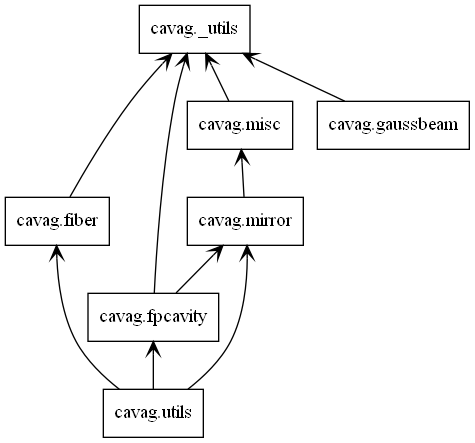
Above: docs/_assets/picture/uml/cavag_uml.png in bobdadada/cavag (Graphviz), before the change. Its source is kept beside it as docs/_assets/picture/uml/cavag_uml.dot.
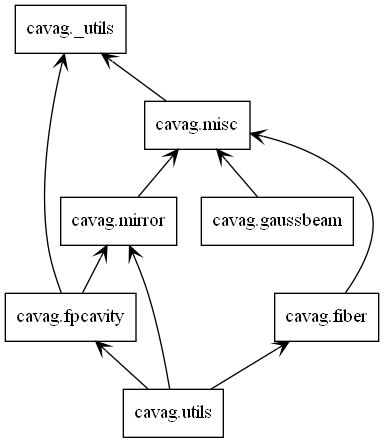
The same diagram one commit later.

Diff of the diagram source:
```diff
@@ -8,10 +8,10 @@
 "5" [label="cavag.mirror", shape="box"];
 "6" [label="cavag.misc", shape="box"];
 "7" [label="cavag.utils", shape="box"];
-"2" -> "1" [arrowhead="open", arrowtail="none"];
+"2" -> "6" [arrowhead="open", arrowtail="none"];
 "3" -> "1" [arrowhead="open", arrowtail="none"];
 "3" -> "5" [arrowhead="open", arrowtail="none"];
-"4" -> "1" [arrowhead="open", arrowtail="none"];
+"4" -> "6" [arrowhead="open", arrowtail="none"];
 "5" -> "6" [arrowhead="open", arrowtail="none"];
 "6" -> "1" [arrowhead="open", arrowtail="none"];
 "7" -> "2" [arrowhead="open", arrowtail="none"];
```
